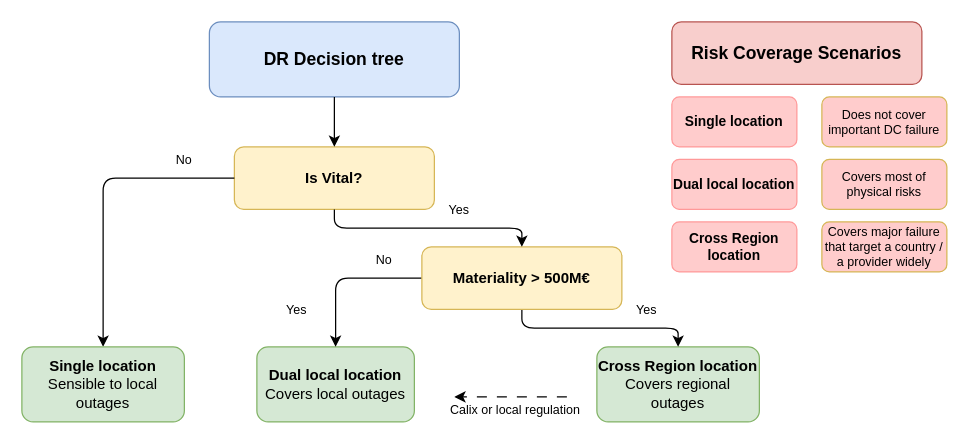
This is page "DR" (2 of 4) of DR-DecisionTree.drawio from anthonygea/mycv, a draw.io file, before an edit. Source tidied: cells renumbered, new cells numbered last; positions are measured from the earlier drawing's top-left corner, leaving out a move shared by most shapes. Both pictures are drawn from the tidied source at 125%, with x=0, y=0 at pixel (21, 21).
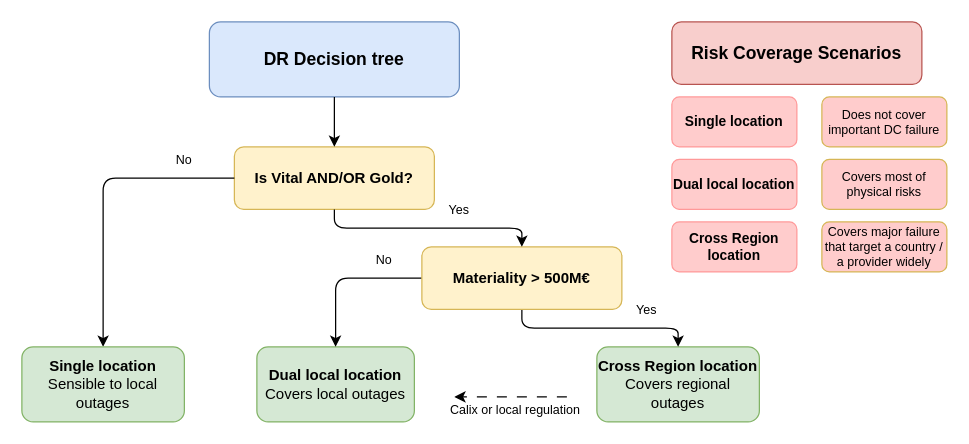
Above is the later version.

Commit message:
Mettre à jour DR-DecisionTree.drawio

Diff of the diagram source:
```diff
@@
-    <mxCell id="3" value="Is Vital?" style="rounded=1;whiteSpace=wrap;html=1;fillColor=#fff2cc;strokeColor=#d6b656;fontSize=12;fontStyle=1;" parent="1" vertex="1">
+    <mxCell id="3" value="Is Vital AND/OR Gold?" style="rounded=1;whiteSpace=wrap;html=1;fillColor=#fff2cc;strokeColor=#d6b656;fontSize=12;fontStyle=1;" parent="1" vertex="1">
       <mxGeometry x="170" y="100" width="160" height="50" as="geometry" />
     </mxCell>
@@
-    <mxCell id="12" value="Yes" style="text;html=1;strokeColor=none;fillColor=none;align=center;verticalAlign=middle;whiteSpace=wrap;rounded=0;fontSize=10;" parent="1" vertex="1">
-      <mxGeometry x="170" y="220" width="100" height="20" as="geometry" />
-    </mxCell>
```
